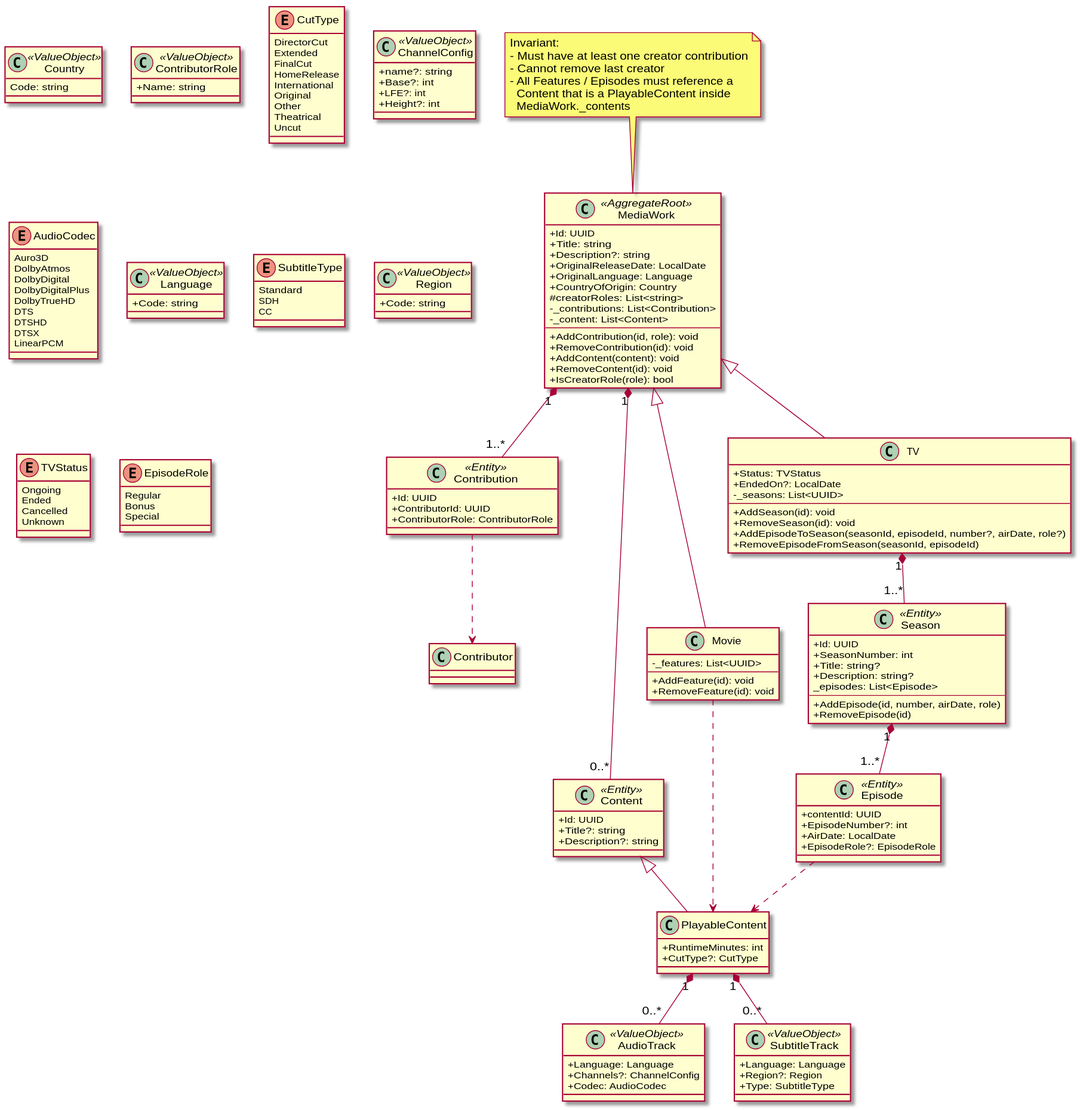
This is docs/diagrams/domain/media_work.domain.svg from yantue/colleq, a PlantUML export, as it was before one commit.
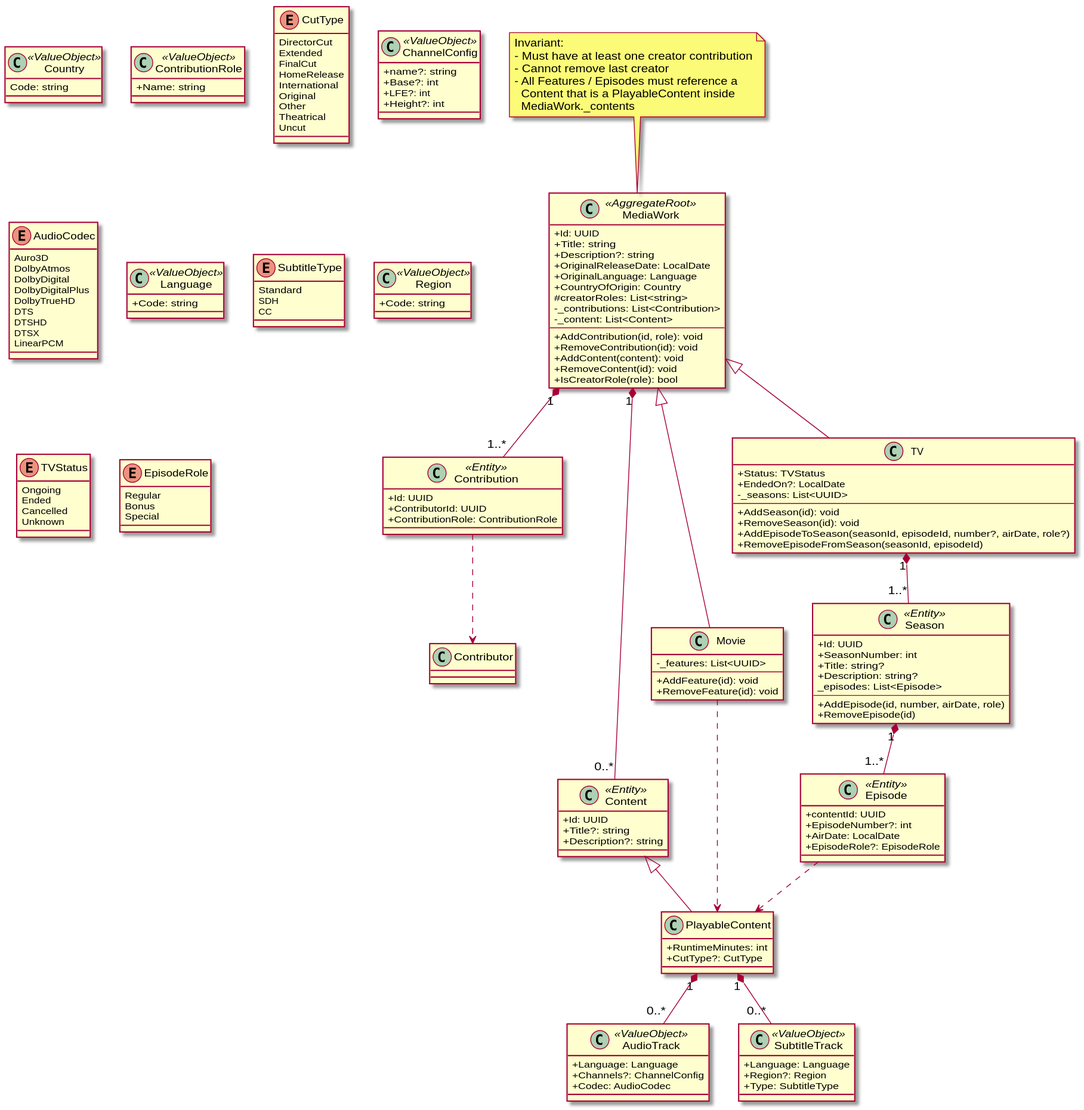
After the commit.

Diff of the diagram source:
```diff
@@ -35,10 +35,10 @@
 class Contribution <<Entity>> {
     +Id: UUID
     +ContributorId: UUID
-    +ContributorRole: ContributorRole
+    +ContributionRole: ContributionRole
 }
 
-class ContributorRole <<ValueObject>> {
+class ContributionRole <<ValueObject>> {
     +Name: string
 }
 
```
